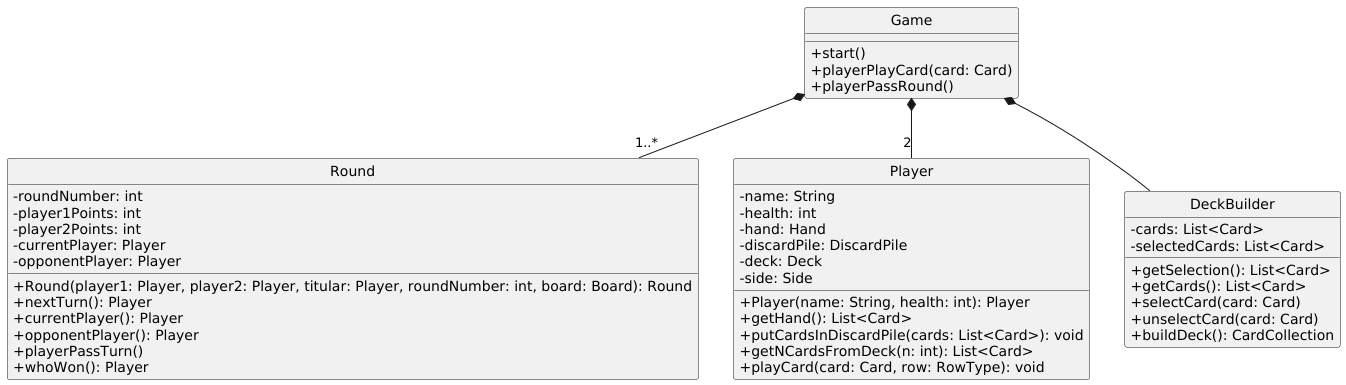
The PlantUML diagram diagrams/classes/game.png in Yonhir/algo3_proyecto_base_tp2, before a commit.
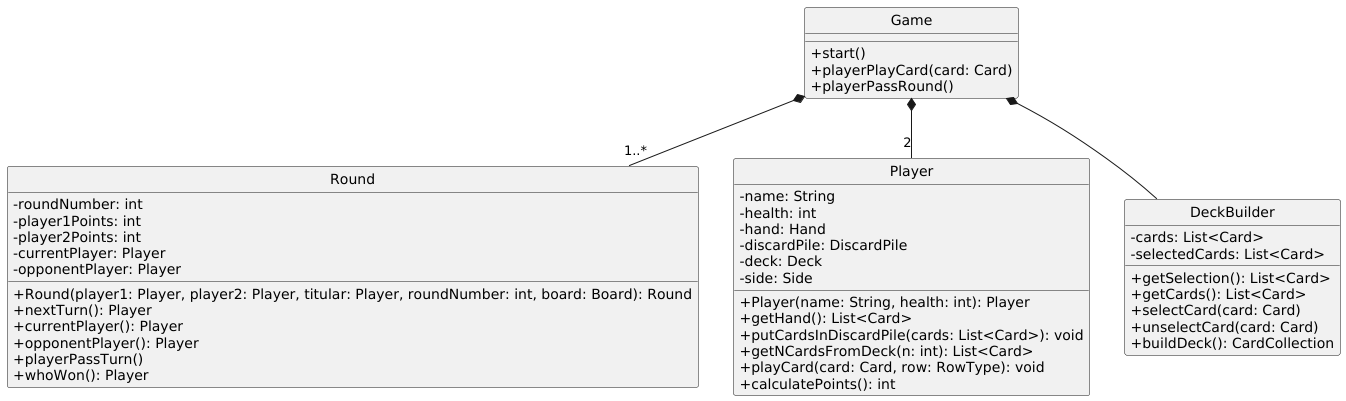
After the change.

Commit message:
agregado de método de player sobre cálculo de puntaje

Diff of the diagram source:
```diff
@@ -36,6 +36,7 @@
   +putCardsInDiscardPile(cards: List<Card>): void
   +getNCardsFromDeck(n: int): List<Card>
   +playCard(card: Card, row: RowType): void
+  +calculatePoints(): int
 }
 
 class DeckBuilder {
```
